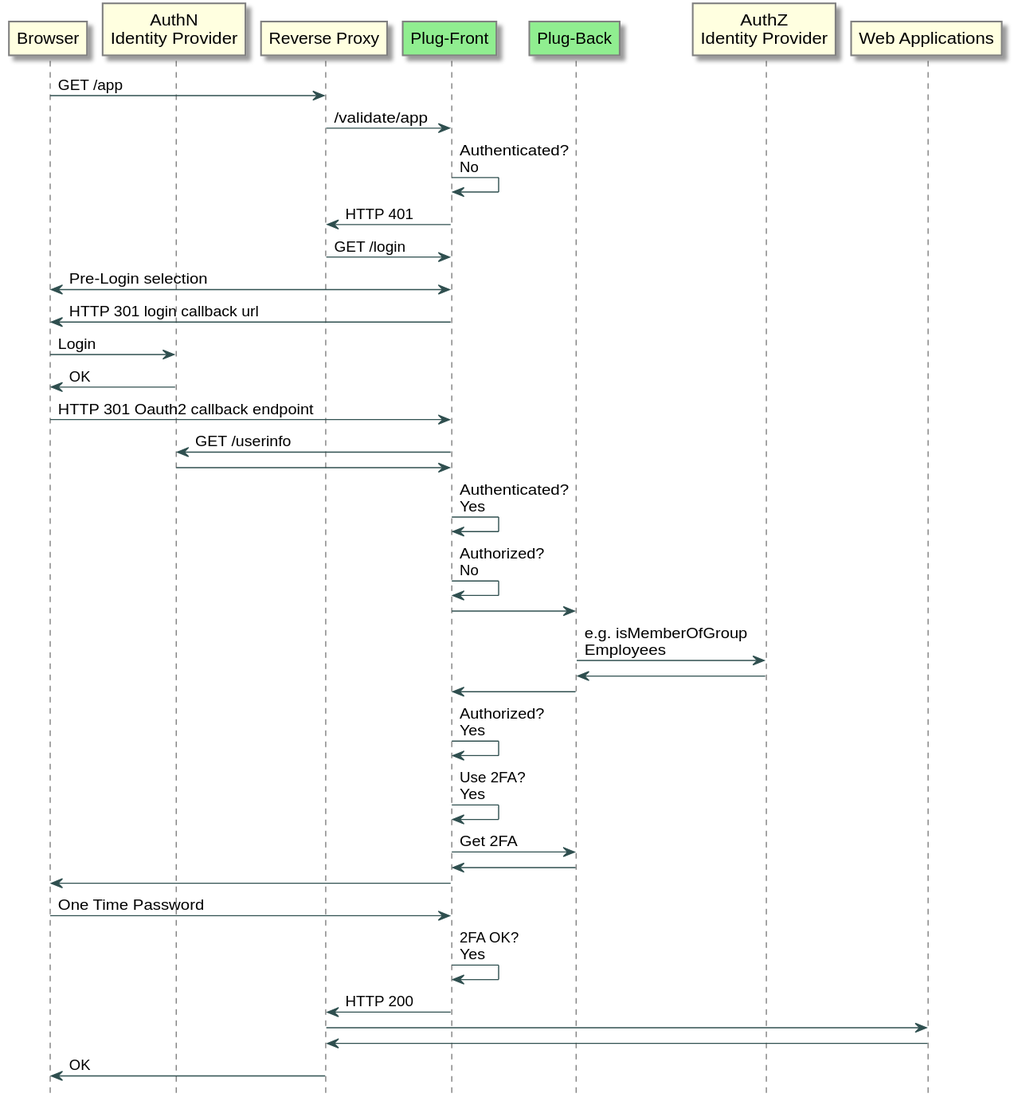
Before: images/plugsso-auth-flow-diagram.svg, a diagram exported from PlantUML (jelhub/jelhub.github.io). Its diagram source:
```plantuml
@startuml
skinparam sequence {
ArrowColor DarkSlateGrey
ParticipantBorderColor Grey
ParticipantBackgroundColor lightyellow
LifeLineBorderColor Grey
}
hide footbox
participant  "Browser" as B
participant "AuthN\nIdentity Provider" as AuthN
participant "Reverse Proxy" as RP
participant "Plug-Front" as PF #lightgreen
participant "Plug-Back" as PB #lightgreen
participant "AuthZ\nIdentity Provider" as AuthZ
participant "Web Applications" as WWW
B -> RP : GET /app
RP -> PF : /validate/app
PF -> PF : Authenticated?\nNo
PF -> RP : HTTP 401
RP -> PF : GET /login
PF <-> B : Pre-Login selection
PF -> B : HTTP 301 login callback url
B -> AuthN : Login
AuthN -> B : OK
B -> PF : HTTP 301 Oauth2 callback endpoint
PF -> AuthN : GET /userinfo
AuthN -> PF
PF -> PF : Authenticated?\nYes
PF -> PF : Authorized?\nNo
PF -> PB
PB -> AuthZ : e.g. isMemberOfGroup\nEmployees
AuthZ -> PB
PB -> PF
PF -> PF : Authorized?\nYes
PF -> PF : Use 2FA?\nYes
PF -> PB : Get 2FA
PB -> PF
PF -> B
B -> PF : One Time Password
PF -> PF : 2FA OK?\nYes
PF -> RP : HTTP 200
RP -> WWW
WWW -> RP
RP -> B : OK
@enduml
```
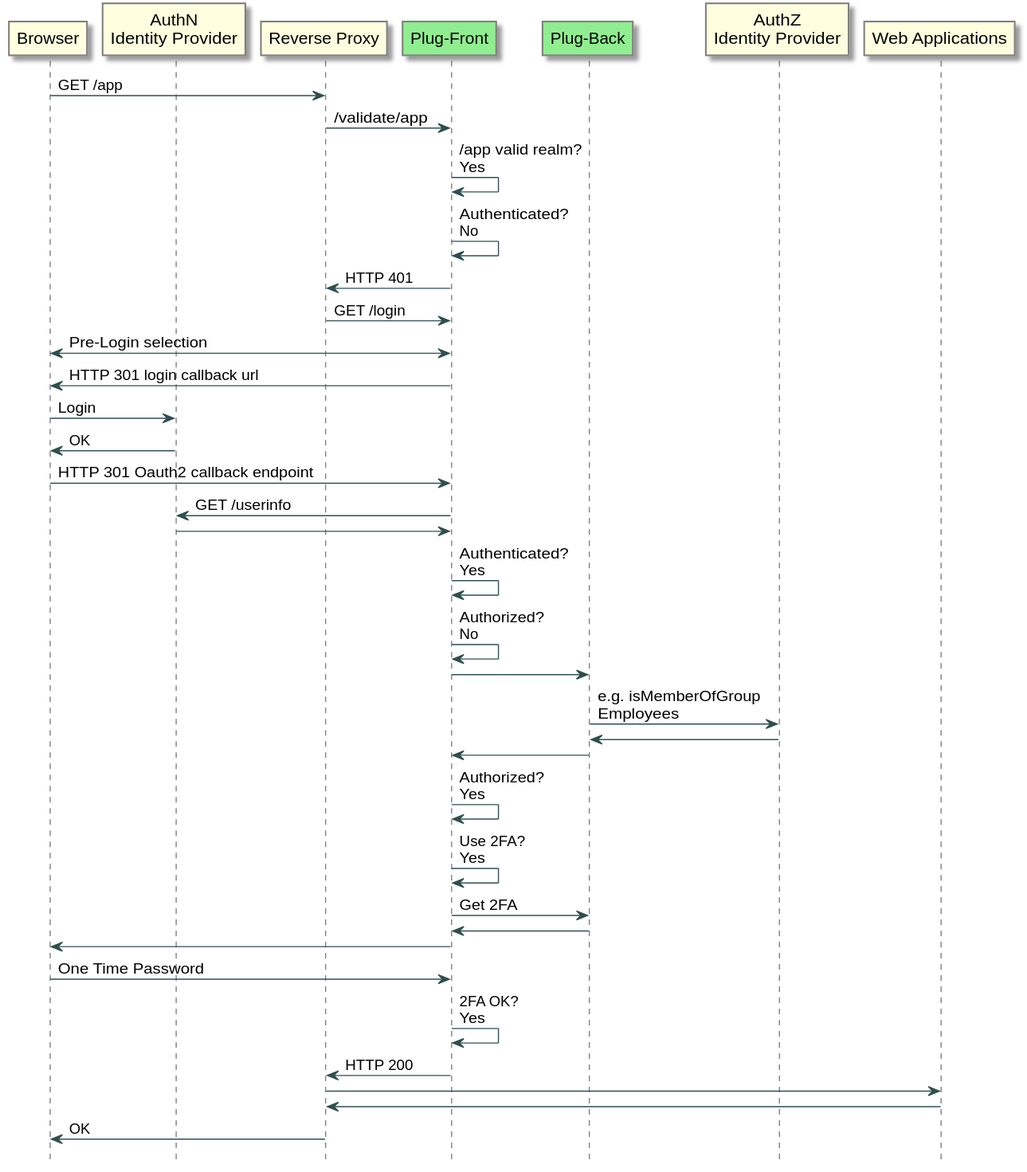
The same file after the commit.

What changed in the source:
```diff
@@ -15,6 +15,7 @@
 participant "Web Applications" as WWW
 B -> RP : GET /app
 RP -> PF : /validate/app
+PF -> PF : /app valid realm?\nYes
 PF -> PF : Authenticated?\nNo
 PF -> RP : HTTP 401
 RP -> PF : GET /login
```
